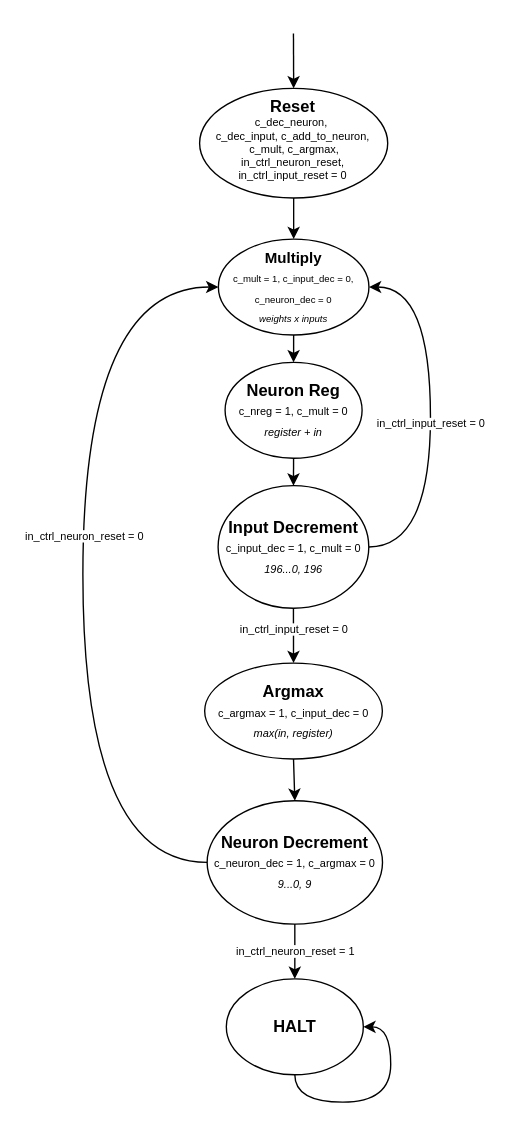
itsmartinhi/NN2HW keeps this draw.io diagram as page "Page-5" (3 of 3) of concept.drawio. Above is the earlier version. Source tidied: cells renumbered, new cells numbered last; positions are measured from the earlier drawing's top-left corner, leaving out a move shared by most shapes. Both pictures are drawn from the tidied source at 137%, with x=0, y=0 at pixel (82, 33).
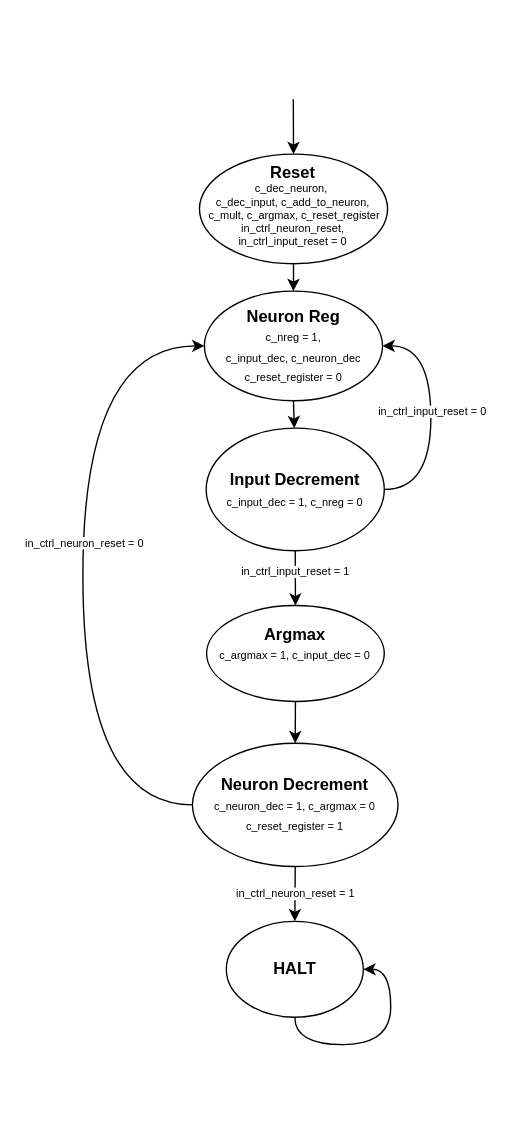
Above is the later version.

The edit, as a diff of the source:
```diff
@@
-    <mxCell id="2" style="rounded=0;jettySize=auto;html=1;exitX=0.5;exitY=1;exitDx=0;exitDy=0;entryX=0.5;entryY=0;entryDx=0;entryDy=0;fontSize=8;strokeColor=default;" parent="1" edge="1" source="3" target="15">
-      <mxGeometry relative="1" as="geometry" />
-    </mxCell>
-    <mxCell id="3" value="&lt;font style=&quot;font-size: 11px;&quot;&gt;&lt;b style=&quot;&quot;&gt;Multiply&lt;/b&gt;&lt;br&gt;&lt;/font&gt;&lt;font style=&quot;font-size: 7px;&quot;&gt;&lt;font style=&quot;font-size: 7px; line-height: 0;&quot;&gt;c_mult = 1, c_input_dec = 0, c_neuron_dec = 0&lt;br&gt;&lt;i style=&quot;&quot;&gt;weights x inputs&lt;/i&gt;&lt;/font&gt;&lt;br&gt;&lt;/font&gt;" style="ellipse;whiteSpace=wrap;html=1;verticalAlign=top;spacing=2;" parent="1" vertex="1">
-      <mxGeometry x="98.9" y="150" width="109.9" height="70" as="geometry" />
-    </mxCell>
@@
-    <mxCell id="5" value="&lt;b&gt;Argmax&lt;/b&gt;&lt;br&gt;&lt;font style=&quot;font-size: 8px;&quot;&gt;c_argmax = 1, c_input_dec = 0&lt;br&gt;&lt;i&gt;max(in, register)&lt;/i&gt;&lt;br&gt;&lt;/font&gt;" style="ellipse;whiteSpace=wrap;html=1;" parent="1" vertex="1">
-      <mxGeometry x="88.9" y="459.5" width="129.7" height="70" as="geometry" />
+    <mxCell id="5" value="&lt;b&gt;Argmax&lt;/b&gt;&lt;br&gt;&lt;font style=&quot;font-size: 8px;&quot;&gt;c_argmax = 1, c_input_dec = 0&lt;br&gt;&lt;br&gt;&lt;/font&gt;" style="ellipse;whiteSpace=wrap;html=1;" parent="1" vertex="1">
+      <mxGeometry x="90.3" y="417.5" width="129.7" height="70" as="geometry" />
     </mxCell>
-    <mxCell id="6" style="rounded=0;jettySize=auto;html=1;exitX=1;exitY=0.5;exitDx=0;exitDy=0;fontSize=8;strokeColor=default;entryX=1;entryY=0.5;entryDx=0;entryDy=0;edgeStyle=orthogonalEdgeStyle;curved=1;" parent="1" edge="1" source="8" target="3">
+    <mxCell id="6" style="rounded=0;jettySize=auto;html=1;exitX=1;exitY=0.5;exitDx=0;exitDy=0;fontSize=8;strokeColor=default;edgeStyle=orthogonalEdgeStyle;curved=1;entryX=1;entryY=0.5;entryDx=0;entryDy=0;" parent="1" edge="1" source="8" target="15">
       <mxGeometry relative="1" as="geometry">
         <Array as="points">
-          <mxPoint x="253.7" y="375" />
-          <mxPoint x="253.7" y="185" />
+          <mxPoint x="254" y="333" />
+          <mxPoint x="254" y="228" />
         </Array>
       </mxGeometry>
     </mxCell>
@@
-    <mxCell id="8" value="&lt;b&gt;Input Decrement&lt;/b&gt;&lt;br&gt;&lt;font style=&quot;font-size: 8px; line-height: 0.8;&quot;&gt;c_input_dec = 1, c_mult = 0&lt;br&gt;&lt;i&gt;196...0, 196&lt;/i&gt;&lt;br&gt;&lt;/font&gt;" style="ellipse;whiteSpace=wrap;html=1;" parent="1" vertex="1">
-      <mxGeometry x="98.7" y="330" width="110" height="89.5" as="geometry" />
+    <mxCell id="8" value="&lt;b&gt;Input Decrement&lt;/b&gt;&lt;br&gt;&lt;font style=&quot;font-size: 8px; line-height: 0.8;&quot;&gt;c_input_dec = 1, c_nreg = 0&lt;br&gt;&lt;/font&gt;" style="ellipse;whiteSpace=wrap;html=1;" parent="1" vertex="1">
+      <mxGeometry x="90" y="288" width="130" height="89.5" as="geometry" />
     </mxCell>
-    <mxCell id="9" value="&lt;b&gt;Neuron Decrement&lt;/b&gt;&lt;br style=&quot;font-size: 11px;&quot;&gt;&lt;font style=&quot;font-size: 8px;&quot;&gt;c_neuron_dec = 1, c_argmax = 0&lt;br&gt;&lt;i&gt;9...0, 9&lt;/i&gt;&lt;br&gt;&lt;/font&gt;" style="ellipse;whiteSpace=wrap;html=1;" parent="1" vertex="1">
-      <mxGeometry x="90.7" y="560" width="128" height="90" as="geometry" />
+    <mxCell id="9" value="&lt;b&gt;Neuron Decrement&lt;/b&gt;&lt;br style=&quot;font-size: 11px;&quot;&gt;&lt;font style=&quot;font-size: 8px;&quot;&gt;c_neuron_dec = 1, c_argmax = 0&lt;br&gt;c_reset_register = 1&lt;br&gt;&lt;/font&gt;" style="ellipse;whiteSpace=wrap;html=1;" parent="1" vertex="1">
+      <mxGeometry x="80" y="518" width="150" height="90" as="geometry" />
     </mxCell>
-    <mxCell id="10" style="edgeStyle=orthogonalEdgeStyle;curved=1;rounded=0;jettySize=auto;html=1;exitX=0.5;exitY=1;exitDx=0;exitDy=0;entryX=0.5;entryY=0;entryDx=0;entryDy=0;fontSize=8;strokeColor=default;" parent="1" edge="1" source="11" target="3">
+    <mxCell id="10" style="edgeStyle=orthogonalEdgeStyle;curved=1;rounded=0;jettySize=auto;html=1;exitX=0.5;exitY=1;exitDx=0;exitDy=0;entryX=0.5;entryY=0;entryDx=0;entryDy=0;fontSize=8;strokeColor=default;" parent="1" edge="1" source="11" target="15">
       <mxGeometry relative="1" as="geometry" />
     </mxCell>
-    <mxCell id="11" value="&lt;b&gt;Reset&lt;/b&gt;&lt;font style=&quot;font-size: 8px;&quot;&gt;&lt;br&gt;&lt;div&gt;&lt;span style=&quot;background-color: initial;&quot;&gt;c_dec_neuron,&amp;nbsp;&lt;/span&gt;&lt;/div&gt;&lt;div&gt;&lt;span style=&quot;background-color: initial;&quot;&gt;c_dec_input,&amp;nbsp;&lt;/span&gt;&lt;span style=&quot;background-color: initial;&quot;&gt;c_add_to_neuron,&lt;/span&gt;&lt;/div&gt;&lt;div&gt;&lt;span style=&quot;background-color: initial;&quot;&gt;&amp;nbsp;&lt;/span&gt;&lt;span style=&quot;background-color: initial;&quot;&gt;c_mult,&amp;nbsp;&lt;/span&gt;&lt;span style=&quot;background-color: initial;&quot;&gt;c_argmax,&lt;/span&gt;&lt;/div&gt;&lt;div&gt;&lt;span style=&quot;background-color: initial;&quot;&gt;in_ctrl_neuron_reset,&lt;/span&gt;&lt;/div&gt;&lt;div&gt;&lt;span style=&quot;background-color: initial;&quot;&gt;in_ctrl_input_reset = 0&lt;/span&gt;&lt;/div&gt;&lt;/font&gt;" style="ellipse;whiteSpace=wrap;html=1;align=center;verticalAlign=top;" parent="1" vertex="1">
-      <mxGeometry x="85.2" y="40" width="137.3" height="80" as="geometry" />
+    <mxCell id="11" value="&lt;b&gt;Reset&lt;/b&gt;&lt;font style=&quot;font-size: 8px;&quot;&gt;&lt;br&gt;&lt;div&gt;&lt;span style=&quot;background-color: initial;&quot;&gt;c_dec_neuron,&amp;nbsp;&lt;/span&gt;&lt;/div&gt;&lt;div&gt;&lt;span style=&quot;background-color: initial;&quot;&gt;c_dec_input,&amp;nbsp;&lt;/span&gt;&lt;span style=&quot;background-color: initial;&quot;&gt;c_add_to_neuron,&lt;/span&gt;&lt;/div&gt;&lt;div&gt;&lt;span style=&quot;background-color: initial;&quot;&gt;&amp;nbsp;&lt;/span&gt;&lt;span style=&quot;background-color: initial;&quot;&gt;c_mult,&amp;nbsp;&lt;/span&gt;&lt;span style=&quot;background-color: initial;&quot;&gt;c_argmax, c_reset_register&lt;/span&gt;&lt;/div&gt;&lt;div&gt;&lt;span style=&quot;background-color: initial;&quot;&gt;in_ctrl_neuron_reset,&lt;/span&gt;&lt;/div&gt;&lt;div&gt;&lt;span style=&quot;background-color: initial;&quot;&gt;in_ctrl_input_reset = 0&lt;/span&gt;&lt;/div&gt;&lt;/font&gt;" style="ellipse;whiteSpace=wrap;html=1;align=center;verticalAlign=top;" parent="1" vertex="1">
+      <mxGeometry x="85.1" y="88" width="137.3" height="80" as="geometry" />
     </mxCell>
     <mxCell id="12" style="endArrow=classic;html=1;rounded=0;" parent="1" edge="1" target="11">
       <mxGeometry relative="1" as="geometry">
-        <mxPoint x="153.7" as="sourcePoint" />
+        <mxPoint x="153.6" y="48" as="sourcePoint" />
       </mxGeometry>
     </mxCell>
-    <mxCell id="13" value="in_ctrl_input_reset = 0" style="rounded=0;jettySize=auto;html=1;fontSize=8;strokeColor=default;entryX=0.5;entryY=0;entryDx=0;entryDy=0;exitX=0.5;exitY=1;exitDx=0;exitDy=0;" parent="1" edge="1" source="8" target="5">
+    <mxCell id="13" value="in_ctrl_input_reset = 1" style="rounded=0;jettySize=auto;html=1;fontSize=8;strokeColor=default;entryX=0.5;entryY=0;entryDx=0;entryDy=0;exitX=0.5;exitY=1;exitDx=0;exitDy=0;" parent="1" edge="1" source="8" target="5">
       <mxGeometry x="-0.2" relative="1" as="geometry" />
     </mxCell>
@@
-    <mxCell id="15" value="&lt;b&gt;Neuron Reg&lt;/b&gt;&lt;br&gt;&lt;font style=&quot;font-size: 8px;&quot;&gt;c_nreg = 1, c_mult = 0&lt;br&gt;&lt;i&gt;register + in&lt;/i&gt;&lt;br&gt;&lt;/font&gt;" style="ellipse;whiteSpace=wrap;html=1;" parent="1" vertex="1">
-      <mxGeometry x="103.8" y="240" width="100" height="70" as="geometry" />
+    <mxCell id="15" value="&lt;b&gt;Neuron Reg&lt;/b&gt;&lt;br&gt;&lt;font style=&quot;font-size: 8px;&quot;&gt;c_nreg = 1, &lt;br&gt;c_input_dec, c_neuron_dec&lt;br&gt;c_reset_register = 0&lt;br&gt;&lt;/font&gt;" style="ellipse;whiteSpace=wrap;html=1;" parent="1" vertex="1">
+      <mxGeometry x="88.7" y="188" width="130" height="80" as="geometry" />
     </mxCell>
@@
-    <mxCell id="17" style="edgeStyle=orthogonalEdgeStyle;rounded=0;jettySize=auto;html=1;exitX=0;exitY=0.5;exitDx=0;exitDy=0;entryX=0;entryY=0.5;entryDx=0;entryDy=0;fontSize=8;strokeColor=default;curved=1;" parent="1" edge="1" source="9" target="3">
+    <mxCell id="17" style="edgeStyle=orthogonalEdgeStyle;rounded=0;jettySize=auto;html=1;exitX=0;exitY=0.5;exitDx=0;exitDy=0;entryX=0;entryY=0.5;entryDx=0;entryDy=0;fontSize=8;strokeColor=default;curved=1;" parent="1" edge="1" source="9" target="15">
       <mxGeometry relative="1" as="geometry">
         <Array as="points">
-          <mxPoint y="605" />
-          <mxPoint y="185" />
+          <mxPoint y="563" />
+          <mxPoint y="228" />
         </Array>
       </mxGeometry>
     </mxCell>
@@
     <mxCell id="19" value="&lt;b&gt;HALT&lt;/b&gt;" style="ellipse;whiteSpace=wrap;html=1;" parent="1" vertex="1">
-      <mxGeometry x="104.7" y="690" width="100" height="70" as="geometry" />
+      <mxGeometry x="104.7" y="648" width="100" height="70" as="geometry" />
     </mxCell>
```
